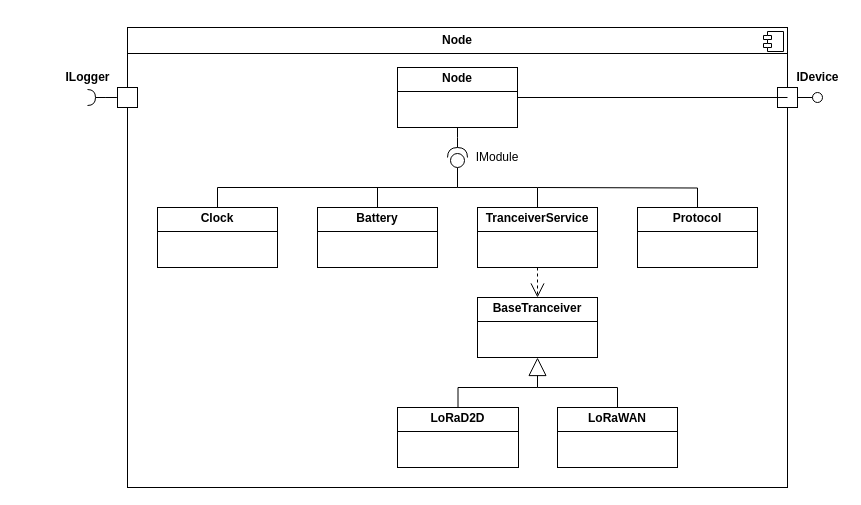
This is Figures/technicalAnalysis/simulator/node/nodeBlock.drawio from Mikkelnn/ES8-Project, a draw.io file, before an edit. Source tidied: cells renumbered, new cells numbered last; positions are measured from the earlier drawing's top-left corner, leaving out a move shared by most shapes. Both pictures are drawn from the tidied source at 100%, with x=0, y=0 at pixel (57, 27).
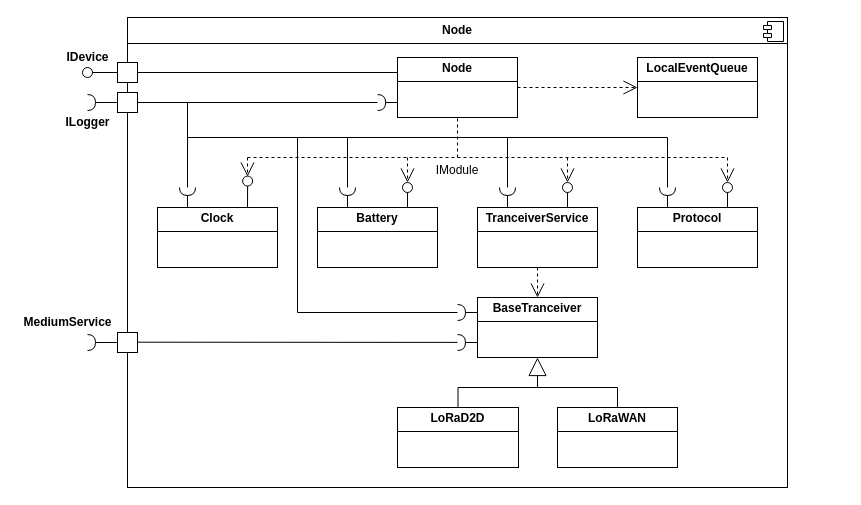
The same page after the edit.

Unchanged cells that the change refers to:
```xml
<mxCell id="9" value="&lt;p style=&quot;margin:0px;margin-top:4px;text-align:center;&quot;&gt;&lt;b&gt;Clock&lt;/b&gt;&lt;/p&gt;&lt;hr size=&quot;1&quot; style=&quot;border-style:solid;&quot;&gt;&lt;div style=&quot;height:2px;&quot;&gt;&lt;/div&gt;" style="verticalAlign=top;align=left;overflow=fill;html=1;whiteSpace=wrap;" parent="1" vertex="1">
  <mxGeometry x="100" y="180" width="120" height="60" as="geometry" />
</mxCell>
<mxCell id="10" value="&lt;p style=&quot;margin:0px;margin-top:4px;text-align:center;&quot;&gt;&lt;b&gt;Battery&lt;/b&gt;&lt;/p&gt;&lt;hr size=&quot;1&quot; style=&quot;border-style:solid;&quot;&gt;&lt;div style=&quot;height:2px;&quot;&gt;&lt;/div&gt;" style="verticalAlign=top;align=left;overflow=fill;html=1;whiteSpace=wrap;" parent="1" vertex="1">
  <mxGeometry x="260" y="180" width="120" height="60" as="geometry" />
</mxCell>
<mxCell id="11" value="&lt;p style=&quot;margin:0px;margin-top:4px;text-align:center;&quot;&gt;&lt;b&gt;TranceiverService&lt;/b&gt;&lt;/p&gt;&lt;hr size=&quot;1&quot; style=&quot;border-style:solid;&quot;&gt;&lt;div style=&quot;height:2px;&quot;&gt;&lt;/div&gt;" style="verticalAlign=top;align=left;overflow=fill;html=1;whiteSpace=wrap;" parent="1" vertex="1">
  <mxGeometry x="420" y="180" width="120" height="60" as="geometry" />
</mxCell>
<mxCell id="12" value="&lt;p style=&quot;margin:0px;margin-top:4px;text-align:center;&quot;&gt;&lt;b&gt;Protocol&lt;/b&gt;&lt;/p&gt;&lt;hr size=&quot;1&quot; style=&quot;border-style:solid;&quot;&gt;&lt;div style=&quot;height:2px;&quot;&gt;&lt;/div&gt;" style="verticalAlign=top;align=left;overflow=fill;html=1;whiteSpace=wrap;" parent="1" vertex="1">
  <mxGeometry x="580" y="180" width="120" height="60" as="geometry" />
</mxCell>
<mxCell id="20" value="&lt;p style=&quot;margin:0px;margin-top:4px;text-align:center;&quot;&gt;&lt;b&gt;BaseTranceiver&lt;/b&gt;&lt;/p&gt;&lt;hr size=&quot;1&quot; style=&quot;border-style:solid;&quot;&gt;&lt;div style=&quot;height:2px;&quot;&gt;&lt;/div&gt;" style="verticalAlign=top;align=left;overflow=fill;html=1;whiteSpace=wrap;" parent="1" vertex="1">
  <mxGeometry x="420" y="270" width="120" height="60" as="geometry" />
</mxCell>
```

Diff of the diagram source:
```diff
@@
-    <mxCell id="2" value="&lt;p style=&quot;margin:0px;margin-top:6px;text-align:center;&quot;&gt;&lt;b&gt;Node&lt;/b&gt;&lt;/p&gt;&lt;hr size=&quot;1&quot; style=&quot;border-style:solid;&quot;&gt;&lt;p style=&quot;margin:0px;margin-left:8px;&quot;&gt;&lt;br&gt;&lt;/p&gt;" style="align=left;overflow=fill;html=1;whiteSpace=wrap;" parent="1" vertex="1">
-      <mxGeometry x="70" width="660" height="460" as="geometry" />
+    <mxCell id="2" value="&lt;p style=&quot;margin:0px;margin-top:6px;text-align:center;&quot;&gt;&lt;b&gt;Node&lt;/b&gt;&lt;/p&gt;&lt;hr size=&quot;1&quot; style=&quot;border-style:solid;&quot;&gt;&lt;p style=&quot;margin:0px;margin-left:8px;&quot;&gt;&lt;br&gt;&lt;/p&gt;" style="align=left;overflow=fill;html=1;whiteSpace=wrap;fillColor=none;" parent="1" vertex="1">
+      <mxGeometry x="70" y="-10" width="660" height="470" as="geometry" />
     </mxCell>
@@
-    <mxCell id="5" style="edgeStyle=elbowEdgeStyle;rounded=0;jettySize=auto;html=1;endArrow=none;endFill=0;exitX=0.5;exitY=1;exitDx=0;exitDy=0;" parent="1" edge="1" source="15" target="8">
-      <mxGeometry relative="1" as="geometry" />
-    </mxCell>
-    <mxCell id="6" style="edgeStyle=orthogonalEdgeStyle;rounded=0;jettySize=auto;html=1;entryX=0;entryY=0.5;entryDx=0;entryDy=0;entryPerimeter=0;exitX=0.5;exitY=0;exitDx=0;exitDy=0;endArrow=none;endFill=0;" parent="1" edge="1" source="11" target="8">
-      <mxGeometry relative="1" as="geometry">
-        <Array as="points">
-          <mxPoint x="480" y="160" />
-          <mxPoint x="400" y="160" />
-        </Array>
-      </mxGeometry>
-    </mxCell>
@@
-    <mxCell id="8" style="shape=providedRequiredInterface;html=1;verticalLabelPosition=bottom;sketch=0;rotation=-90;" parent="1" vertex="1">
-      <mxGeometry x="390" y="120" width="20" height="20" as="geometry" />
-    </mxCell>
@@
     <mxCell id="15" value="&lt;p style=&quot;margin:0px;margin-top:4px;text-align:center;&quot;&gt;&lt;b&gt;Node&lt;/b&gt;&lt;/p&gt;&lt;hr size=&quot;1&quot; style=&quot;border-style:solid;&quot;&gt;&lt;div style=&quot;height:2px;&quot;&gt;&lt;/div&gt;" style="verticalAlign=top;align=left;overflow=fill;html=1;whiteSpace=wrap;" parent="1" vertex="1">
-      <mxGeometry x="340" y="40" width="120" height="60" as="geometry" />
+      <mxGeometry x="340" y="30" width="120" height="60" as="geometry" />
     </mxCell>
-    <mxCell id="16" style="endArrow=none;html=1;rounded=0;entryX=0.5;entryY=0;entryDx=0;entryDy=0;edgeStyle=orthogonalEdgeStyle;" parent="1" edge="1" target="12">
-      <mxGeometry relative="1" as="geometry">
-        <mxPoint x="480" y="160" as="sourcePoint" />
-      </mxGeometry>
-    </mxCell>
-    <mxCell id="17" value=" " style="endArrow=none;html=1;rounded=0;exitX=0.5;exitY=0;exitDx=0;exitDy=0;edgeStyle=orthogonalEdgeStyle;" parent="1" edge="1" source="9">
-      <mxGeometry relative="1" as="geometry">
-        <mxPoint x="400" y="160" as="targetPoint" />
-        <Array as="points">
-          <mxPoint x="160" y="160" />
-        </Array>
-      </mxGeometry>
-    </mxCell>
-    <mxCell id="18" style="endArrow=none;html=1;rounded=0;exitX=0.5;exitY=0;exitDx=0;exitDy=0;" parent="1" edge="1" source="10">
-      <mxGeometry relative="1" as="geometry">
-        <mxPoint x="320" y="160" as="targetPoint" />
-      </mxGeometry>
-    </mxCell>
     <mxCell id="19" value="IModule" style="text;html=1;whiteSpace=wrap;strokeColor=none;fillColor=none;align=center;verticalAlign=middle;rounded=0;" parent="1" vertex="1">
-      <mxGeometry x="410" y="115" width="60" height="30" as="geometry" />
+      <mxGeometry x="370" y="130" width="60" height="25" as="geometry" />
     </mxCell>
@@
     <mxCell id="23" style="whiteSpace=wrap;html=1;" parent="1" vertex="1">
-      <mxGeometry x="60" y="60" width="20" height="20" as="geometry" />
+      <mxGeometry x="60" y="65" width="20" height="20" as="geometry" />
     </mxCell>
     <mxCell id="24" style="rounded=0;orthogonalLoop=1;jettySize=auto;html=1;endArrow=halfCircle;endFill=0;endSize=6;strokeWidth=1;sketch=0;fontSize=12;curved=1;" parent="1" edge="1">
       <mxGeometry relative="1" as="geometry">
-        <mxPoint x="60" y="70" as="sourcePoint" />
-        <mxPoint x="30" y="70" as="targetPoint" />
+        <mxPoint x="60" y="75" as="sourcePoint" />
+        <mxPoint x="30" y="75" as="targetPoint" />
       </mxGeometry>
     </mxCell>
@@
     <mxCell id="26" value=" " style="whiteSpace=wrap;html=1;" parent="1" vertex="1">
-      <mxGeometry x="720" y="60" width="20" height="20" as="geometry" />
+      <mxGeometry x="60" y="35" width="20" height="20" as="geometry" />
     </mxCell>
-    <mxCell id="27" style="rounded=0;jettySize=auto;html=1;endArrow=oval;endFill=0;sketch=0;sourcePerimeterSpacing=0;targetPerimeterSpacing=0;endSize=10;" parent="1" edge="1" target="28">
+    <mxCell id="27" style="rounded=0;jettySize=auto;html=1;endArrow=oval;endFill=0;sketch=0;sourcePerimeterSpacing=0;targetPerimeterSpacing=0;endSize=10;exitX=0;exitY=0.5;exitDx=0;exitDy=0;" parent="1" edge="1" source="26">
       <mxGeometry relative="1" as="geometry">
-        <mxPoint x="740" y="70" as="sourcePoint" />
+        <mxPoint x="30" y="45" as="targetPoint" />
       </mxGeometry>
     </mxCell>
-    <mxCell id="28" style="ellipse;whiteSpace=wrap;html=1;align=center;fillColor=none;strokeColor=none;perimeter=centerPerimeter;points=[];outlineConnect=1;" parent="1" vertex="1">
-      <mxGeometry x="755" y="65" width="10" height="10" as="geometry" />
-    </mxCell>
     <mxCell id="29" value="IDevice" style="text;align=center;fontStyle=1;verticalAlign=middle;spacingLeft=3;spacingRight=3;strokeColor=none;html=1;" parent="1" vertex="1">
-      <mxGeometry x="733.5" y="40" width="53" height="20" as="geometry" />
+      <mxGeometry x="3.5" y="20" width="53" height="20" as="geometry" />
     </mxCell>
     <mxCell id="30" value="ILogger" style="text;align=center;fontStyle=1;verticalAlign=middle;spacingLeft=3;spacingRight=3;strokeColor=none;html=1;" parent="1" vertex="1">
-      <mxGeometry y="40" width="60" height="20" as="geometry" />
+      <mxGeometry y="85" width="60" height="20" as="geometry" />
     </mxCell>
@@
-    <mxCell id="33" style="endArrow=none;html=1;rounded=0;exitX=1;exitY=0.5;exitDx=0;exitDy=0;" parent="1" edge="1" source="15">
-      <mxGeometry relative="1" as="geometry">
-        <mxPoint x="730" y="70" as="targetPoint" />
-      </mxGeometry>
-    </mxCell>
+    <mxCell id="34" style="endArrow=none;html=1;rounded=0;entryX=0.5;entryY=0.652;entryDx=0;entryDy=0;entryPerimeter=0;" parent="1" edge="1">
+      <mxGeometry relative="1" as="geometry">
+        <mxPoint x="80" y="314.7" as="sourcePoint" />
+        <mxPoint x="400" y="314.9" as="targetPoint" />
+      </mxGeometry>
+    </mxCell>
+    <mxCell id="35" style="ellipse;whiteSpace=wrap;html=1;align=center;fillColor=none;strokeColor=none;perimeter=centerPerimeter;" parent="1" vertex="1">
+      <mxGeometry x="395" y="125" width="10" height="10" as="geometry" />
+    </mxCell>
+    <mxCell id="36" style="endArrow=open;endSize=12;dashed=1;html=1;rounded=0;exitX=0.5;exitY=1;exitDx=0;exitDy=0;entryX=0.5;entryY=0;entryDx=0;entryDy=0;" parent="1" edge="1">
+      <mxGeometry relative="1" as="geometry">
+        <mxPoint x="350" y="130" as="sourcePoint" />
+        <mxPoint x="350" y="155" as="targetPoint" />
+      </mxGeometry>
+    </mxCell>
+    <mxCell id="37" style="whiteSpace=wrap;html=1;" parent="1" vertex="1">
+      <mxGeometry x="60" y="305" width="20" height="20" as="geometry" />
+    </mxCell>
+    <mxCell id="38" style="rounded=0;orthogonalLoop=1;jettySize=auto;html=1;endArrow=halfCircle;endFill=0;endSize=6;strokeWidth=1;sketch=0;fontSize=12;curved=1;" parent="1" edge="1">
+      <mxGeometry relative="1" as="geometry">
+        <mxPoint x="60" y="315" as="sourcePoint" />
+        <mxPoint x="30" y="315" as="targetPoint" />
+      </mxGeometry>
+    </mxCell>
+    <mxCell id="39" style="ellipse;whiteSpace=wrap;html=1;align=center;fillColor=none;strokeColor=none;perimeter=centerPerimeter;" parent="1" vertex="1">
+      <mxGeometry x="35" y="310" width="10" height="10" as="geometry" />
+    </mxCell>
+    <mxCell id="40" value="MediumService" style="text;align=center;fontStyle=1;verticalAlign=middle;spacingLeft=3;spacingRight=3;strokeColor=none;html=1;" parent="1" vertex="1">
+      <mxGeometry x="-40" y="285" width="100" height="20" as="geometry" />
+    </mxCell>
+    <mxCell id="41" style="endArrow=none;html=1;rounded=0;exitX=1;exitY=0.5;exitDx=0;exitDy=0;" parent="1" edge="1" source="23">
+      <mxGeometry relative="1" as="geometry">
+        <mxPoint x="320" y="75" as="targetPoint" />
+      </mxGeometry>
+    </mxCell>
+    <mxCell id="42" style="rounded=0;jettySize=auto;html=1;endArrow=halfCircle;endFill=0;endSize=6;strokeWidth=1;sketch=0;exitX=0.25;exitY=0;exitDx=0;exitDy=0;" parent="1" edge="1" source="9">
+      <mxGeometry relative="1" as="geometry">
+        <mxPoint x="130" y="160" as="targetPoint" />
+      </mxGeometry>
+    </mxCell>
+    <mxCell id="43" style="rounded=0;jettySize=auto;html=1;endArrow=oval;endFill=0;sketch=0;sourcePerimeterSpacing=0;targetPerimeterSpacing=0;endSize=10;exitX=0.75;exitY=0;exitDx=0;exitDy=0;entryX=0.182;entryY=0.348;entryDx=0;entryDy=0;entryPerimeter=0;" parent="1" edge="1" source="9" target="2">
+      <mxGeometry relative="1" as="geometry" />
+    </mxCell>
+    <mxCell id="44" style="ellipse;whiteSpace=wrap;html=1;align=center;fillColor=none;strokeColor=none;perimeter=centerPerimeter;" parent="1" vertex="1">
+      <mxGeometry x="155" y="145" width="10" height="10" as="geometry" />
+    </mxCell>
+    <mxCell id="45" style="rounded=0;orthogonalLoop=1;jettySize=auto;html=1;endArrow=halfCircle;endFill=0;endSize=6;strokeWidth=1;sketch=0;exitX=0.25;exitY=0;exitDx=0;exitDy=0;" parent="1" edge="1">
+      <mxGeometry relative="1" as="geometry">
+        <mxPoint x="290" y="180" as="sourcePoint" />
+        <mxPoint x="290" y="160" as="targetPoint" />
+      </mxGeometry>
+    </mxCell>
+    <mxCell id="46" style="rounded=0;orthogonalLoop=1;jettySize=auto;html=1;endArrow=oval;endFill=0;sketch=0;sourcePerimeterSpacing=0;targetPerimeterSpacing=0;endSize=10;exitX=0.75;exitY=0;exitDx=0;exitDy=0;entryX=0.182;entryY=0.348;entryDx=0;entryDy=0;entryPerimeter=0;" parent="1" edge="1">
+      <mxGeometry relative="1" as="geometry">
+        <mxPoint x="350" y="180" as="sourcePoint" />
+        <mxPoint x="350" y="160" as="targetPoint" />
+      </mxGeometry>
+    </mxCell>
+    <mxCell id="47" style="rounded=0;orthogonalLoop=1;jettySize=auto;html=1;endArrow=halfCircle;endFill=0;endSize=6;strokeWidth=1;sketch=0;exitX=0.25;exitY=0;exitDx=0;exitDy=0;" parent="1" edge="1">
+      <mxGeometry relative="1" as="geometry">
+        <mxPoint x="450" y="180" as="sourcePoint" />
+        <mxPoint x="450" y="160" as="targetPoint" />
+      </mxGeometry>
+    </mxCell>
+    <mxCell id="48" style="rounded=0;orthogonalLoop=1;jettySize=auto;html=1;endArrow=oval;endFill=0;sketch=0;sourcePerimeterSpacing=0;targetPerimeterSpacing=0;endSize=10;exitX=0.75;exitY=0;exitDx=0;exitDy=0;entryX=0.182;entryY=0.348;entryDx=0;entryDy=0;entryPerimeter=0;" parent="1" edge="1">
+      <mxGeometry relative="1" as="geometry">
+        <mxPoint x="510" y="180" as="sourcePoint" />
+        <mxPoint x="510" y="160" as="targetPoint" />
+      </mxGeometry>
+    </mxCell>
+    <mxCell id="49" style="rounded=0;orthogonalLoop=1;jettySize=auto;html=1;endArrow=halfCircle;endFill=0;endSize=6;strokeWidth=1;sketch=0;exitX=0.25;exitY=0;exitDx=0;exitDy=0;" parent="1" edge="1">
+      <mxGeometry relative="1" as="geometry">
+        <mxPoint x="610" y="180" as="sourcePoint" />
+        <mxPoint x="610" y="160" as="targetPoint" />
+      </mxGeometry>
+    </mxCell>
+    <mxCell id="50" style="rounded=0;orthogonalLoop=1;jettySize=auto;html=1;endArrow=oval;endFill=0;sketch=0;sourcePerimeterSpacing=0;targetPerimeterSpacing=0;endSize=10;exitX=0.75;exitY=0;exitDx=0;exitDy=0;entryX=0.182;entryY=0.348;entryDx=0;entryDy=0;entryPerimeter=0;" parent="1" edge="1">
+      <mxGeometry relative="1" as="geometry">
+        <mxPoint x="670" y="180" as="sourcePoint" />
+        <mxPoint x="670" y="160" as="targetPoint" />
+      </mxGeometry>
+    </mxCell>
+    <mxCell id="51" style="rounded=0;jettySize=auto;html=1;endArrow=halfCircle;endFill=0;endSize=6;strokeWidth=1;sketch=0;exitX=0;exitY=0.75;exitDx=0;exitDy=0;entryX=0.379;entryY=0.181;entryDx=0;entryDy=0;entryPerimeter=0;" parent="1" edge="1" source="15" target="2">
+      <mxGeometry relative="1" as="geometry" />
+    </mxCell>
+    <mxCell id="52" style="endArrow=open;endSize=12;dashed=1;html=1;rounded=0;entryX=0.5;entryY=0;entryDx=0;entryDy=0;" parent="1" edge="1">
+      <mxGeometry relative="1" as="geometry">
+        <mxPoint x="190" y="130" as="sourcePoint" />
+        <mxPoint x="190" y="149" as="targetPoint" />
+      </mxGeometry>
+    </mxCell>
+    <mxCell id="53" style="endArrow=open;endSize=12;dashed=1;html=1;rounded=0;exitX=0.5;exitY=1;exitDx=0;exitDy=0;entryX=0.5;entryY=0;entryDx=0;entryDy=0;" parent="1" edge="1">
+      <mxGeometry relative="1" as="geometry">
+        <mxPoint x="510" y="130" as="sourcePoint" />
+        <mxPoint x="510" y="155" as="targetPoint" />
+      </mxGeometry>
+    </mxCell>
+    <mxCell id="54" style="endArrow=open;endSize=12;dashed=1;html=1;rounded=0;exitX=0.5;exitY=1;exitDx=0;exitDy=0;entryX=0.5;entryY=0;entryDx=0;entryDy=0;" parent="1" edge="1">
+      <mxGeometry relative="1" as="geometry">
+        <mxPoint x="670" y="130" as="sourcePoint" />
+        <mxPoint x="670" y="155" as="targetPoint" />
+      </mxGeometry>
+    </mxCell>
+    <mxCell id="55" style="endArrow=none;dashed=1;html=1;rounded=0;" parent="1" edge="1">
+      <mxGeometry relative="1" as="geometry">
+        <mxPoint x="190" y="130" as="sourcePoint" />
+        <mxPoint x="670" y="130" as="targetPoint" />
+      </mxGeometry>
+    </mxCell>
+    <mxCell id="56" style="endArrow=none;dashed=1;html=1;rounded=0;entryX=0.5;entryY=1;entryDx=0;entryDy=0;" parent="1" edge="1" target="15">
+      <mxGeometry relative="1" as="geometry">
+        <mxPoint x="400" y="130" as="sourcePoint" />
+      </mxGeometry>
+    </mxCell>
+    <mxCell id="57" style="endArrow=none;html=1;rounded=0;entryX=0.091;entryY=0.261;entryDx=0;entryDy=0;entryPerimeter=0;" parent="1" edge="1" target="2">
+      <mxGeometry relative="1" as="geometry">
+        <mxPoint x="130" y="160" as="sourcePoint" />
+      </mxGeometry>
+    </mxCell>
+    <mxCell id="58" style="endArrow=none;html=1;rounded=0;" parent="1" edge="1">
+      <mxGeometry relative="1" as="geometry">
+        <mxPoint x="290" y="160" as="sourcePoint" />
+        <mxPoint x="290" y="110" as="targetPoint" />
+      </mxGeometry>
+    </mxCell>
+    <mxCell id="59" style="endArrow=none;html=1;rounded=0;" parent="1" edge="1">
+      <mxGeometry relative="1" as="geometry">
+        <mxPoint x="450" y="160" as="sourcePoint" />
+        <mxPoint x="450" y="110" as="targetPoint" />
+      </mxGeometry>
+    </mxCell>
+    <mxCell id="60" style="endArrow=none;html=1;rounded=0;entryX=0.091;entryY=0.261;entryDx=0;entryDy=0;entryPerimeter=0;" parent="1" edge="1">
+      <mxGeometry relative="1" as="geometry">
+        <mxPoint x="610" y="160" as="sourcePoint" />
+        <mxPoint x="610" y="120" as="targetPoint" />
+      </mxGeometry>
+    </mxCell>
+    <mxCell id="61" style="endArrow=none;html=1;rounded=0;edgeStyle=elbowEdgeStyle;elbow=vertical;" parent="1" edge="1">
+      <mxGeometry relative="1" as="geometry">
+        <mxPoint x="130" y="120" as="sourcePoint" />
+        <mxPoint x="610" y="120" as="targetPoint" />
+        <Array as="points">
+          <mxPoint x="370" y="110" />
+        </Array>
+      </mxGeometry>
+    </mxCell>
+    <mxCell id="62" style="endArrow=none;html=1;rounded=0;" parent="1" edge="1">
+      <mxGeometry relative="1" as="geometry">
+        <mxPoint x="130" y="135" as="sourcePoint" />
+        <mxPoint x="130" y="75" as="targetPoint" />
+      </mxGeometry>
+    </mxCell>
+    <mxCell id="63" style="rounded=0;jettySize=auto;html=1;endArrow=halfCircle;endFill=0;endSize=6;strokeWidth=1;sketch=0;exitX=0;exitY=0.75;exitDx=0;exitDy=0;" parent="1" edge="1" source="20">
+      <mxGeometry relative="1" as="geometry">
+        <mxPoint x="400" y="315" as="targetPoint" />
+      </mxGeometry>
+    </mxCell>
+    <mxCell id="64" style="rounded=0;jettySize=auto;html=1;endArrow=halfCircle;endFill=0;endSize=6;strokeWidth=1;sketch=0;exitX=0;exitY=0.25;exitDx=0;exitDy=0;" parent="1" edge="1" source="20">
+      <mxGeometry relative="1" as="geometry">
+        <mxPoint x="400" y="285" as="targetPoint" />
+      </mxGeometry>
+    </mxCell>
+    <mxCell id="65" style="endArrow=none;html=1;rounded=0;edgeStyle=orthogonalEdgeStyle;" parent="1" edge="1">
+      <mxGeometry relative="1" as="geometry">
+        <mxPoint x="400" y="285" as="sourcePoint" />
+        <mxPoint x="240" y="110" as="targetPoint" />
+        <Array as="points">
+          <mxPoint x="240" y="285" />
+          <mxPoint x="240" y="110" />
+        </Array>
+      </mxGeometry>
+    </mxCell>
+    <mxCell id="66" value="&lt;p style=&quot;margin:0px;margin-top:4px;text-align:center;&quot;&gt;&lt;b&gt;LocalEventQueue&lt;/b&gt;&lt;/p&gt;&lt;hr size=&quot;1&quot; style=&quot;border-style:solid;&quot;&gt;&lt;div style=&quot;height:2px;&quot;&gt;&lt;/div&gt;" style="verticalAlign=top;align=left;overflow=fill;html=1;whiteSpace=wrap;" parent="1" vertex="1">
+      <mxGeometry x="580" y="30" width="120" height="60" as="geometry" />
+    </mxCell>
+    <mxCell id="67" style="endArrow=none;html=1;rounded=0;entryX=0;entryY=0.25;entryDx=0;entryDy=0;exitX=1;exitY=0.5;exitDx=0;exitDy=0;" parent="1" edge="1" source="26" target="15">
+      <mxGeometry relative="1" as="geometry" />
+    </mxCell>
+    <mxCell id="68" style="endArrow=open;endSize=12;dashed=1;html=1;rounded=0;entryX=0;entryY=0.5;entryDx=0;entryDy=0;exitX=1;exitY=0.5;exitDx=0;exitDy=0;" parent="1" edge="1" source="15" target="66">
+      <mxGeometry relative="1" as="geometry" />
+    </mxCell>
```
